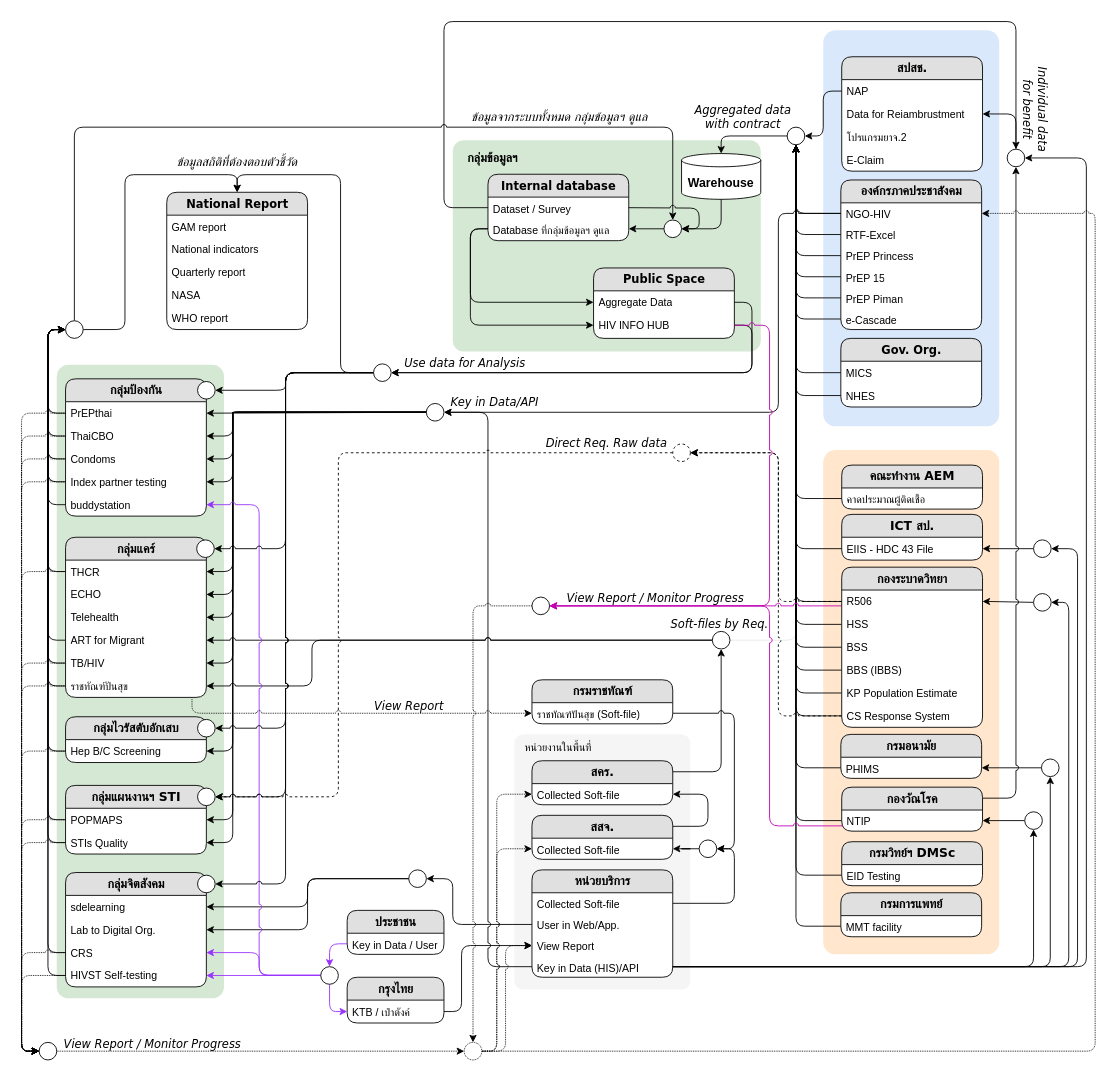
Above: page "V3" (1 of 4) of DataSourceOVW.drawio in anun311/regist (draw.io), before the change. Source tidied: cells renumbered, new cells numbered last; positions are measured from the earlier drawing's top-left corner, leaving out a move shared by most shapes. Both pictures are drawn from the tidied source at 88%, with x=0, y=0 at pixel (39, 21).
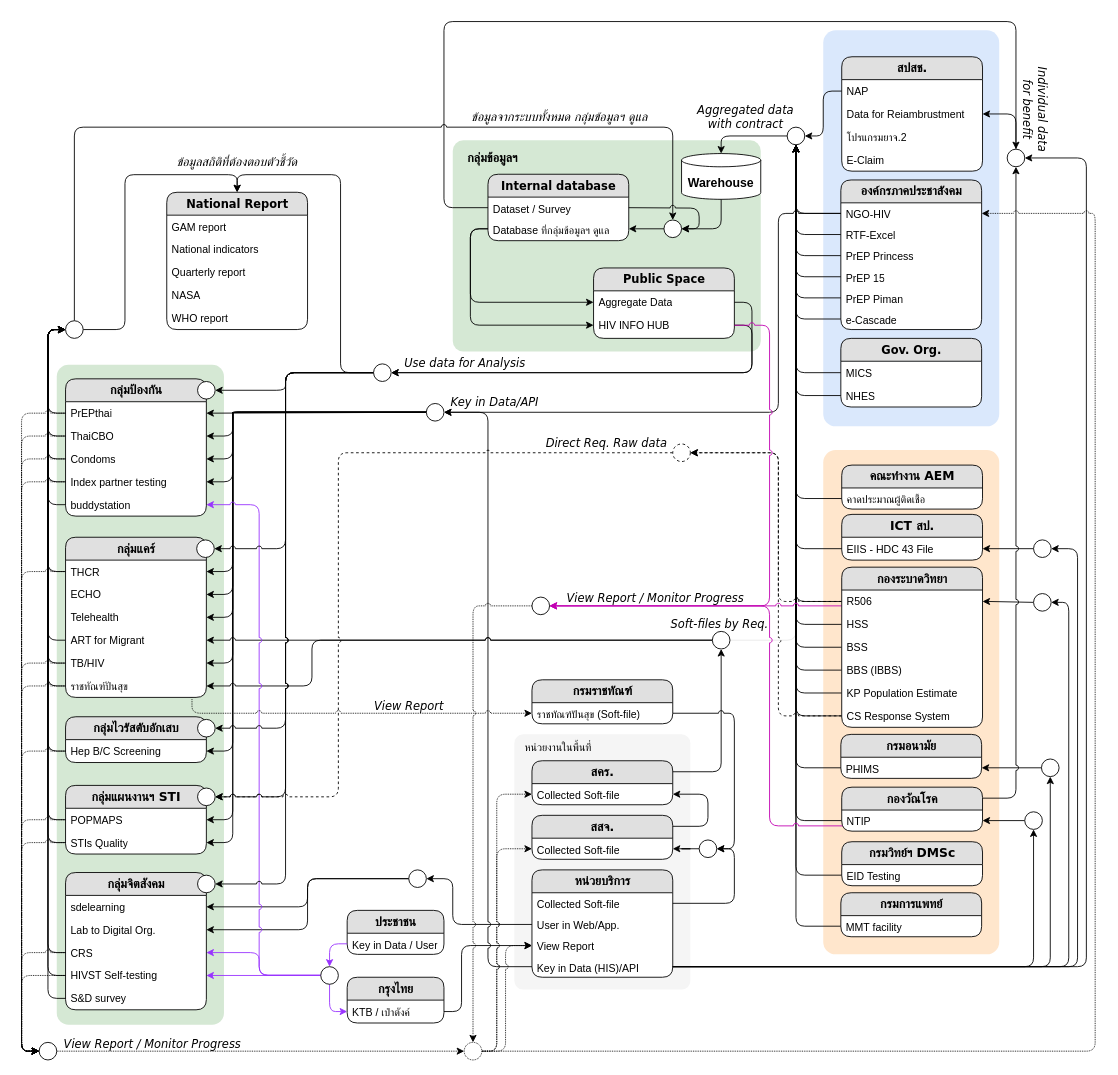
The same diagram, later.

The change refers to these unchanged cells:
```xml
<mxCell id="156" style="ellipse;whiteSpace=wrap;html=1;fontFamily=Helvetica;fontSize=11;fontColor=default;" parent="1" vertex="1">
  <mxGeometry x="30" y="340" width="20" height="20" as="geometry" />
</mxCell>
```

The edit, as a diff of the source:
```diff
@@
     <mxCell id="7" style="rounded=1;whiteSpace=wrap;html=1;fontFamily=Helvetica;fontSize=11;arcSize=7;fillColor=#d5e8d4;strokeColor=none;" parent="1" vertex="1">
-      <mxGeometry x="20" y="390" width="190" height="720" as="geometry" />
+      <mxGeometry x="20" y="390" width="190" height="750" as="geometry" />
     </mxCell>
@@
     <mxCell id="50" value="Aggregated data&lt;br style=&quot;font-size: 13px;&quot;&gt;with contract" style="text;html=1;strokeColor=none;fillColor=none;align=center;verticalAlign=middle;whiteSpace=wrap;rounded=0;fontSize=13;fontFamily=Verdana;fontColor=default;fontStyle=2;" parent="1" vertex="1">
-      <mxGeometry x="740" y="94" width="120" height="30" as="geometry" />
+      <mxGeometry x="743" y="94" width="120" height="30" as="geometry" />
     </mxCell>
@@
     <mxCell id="110" value="&lt;div&gt;&lt;b&gt;&lt;font style=&quot;font-size: 14px;&quot;&gt;กลุ่มจิตสังคม&lt;/font&gt;&lt;/b&gt;&lt;/div&gt;" style="swimlane;html=1;fontStyle=0;horizontal=1;startSize=26;fillColor=#e0e0e0;swimlaneFillColor=#ffffff;align=center;rounded=1;shadow=0;comic=0;labelBackgroundColor=none;strokeWidth=1;fontFamily=Verdana;fontSize=12;" parent="1" vertex="1">
-      <mxGeometry x="30" y="967" width="160" height="130" as="geometry" />
+      <mxGeometry x="30" y="967" width="160" height="156" as="geometry" />
     </mxCell>
@@
+    <mxCell id="250" value="S&amp;amp;D survey" style="text;html=1;strokeColor=none;fillColor=none;spacingLeft=4;spacingRight=4;whiteSpace=wrap;overflow=hidden;points=[[0,0.5],[1,0.5]];portConstraint=eastwest;" parent="110" vertex="1">
+      <mxGeometry y="130" width="160" height="26" as="geometry" />
+    </mxCell>
@@
+    <mxCell id="251" style="edgeStyle=orthogonalEdgeStyle;rounded=1;jettySize=auto;html=1;exitX=0;exitY=0.5;exitDx=0;exitDy=0;entryX=0;entryY=0.5;entryDx=0;entryDy=0;curved=0;" parent="1" edge="1" source="250" target="156">
+      <mxGeometry relative="1" as="geometry" />
+    </mxCell>
```
